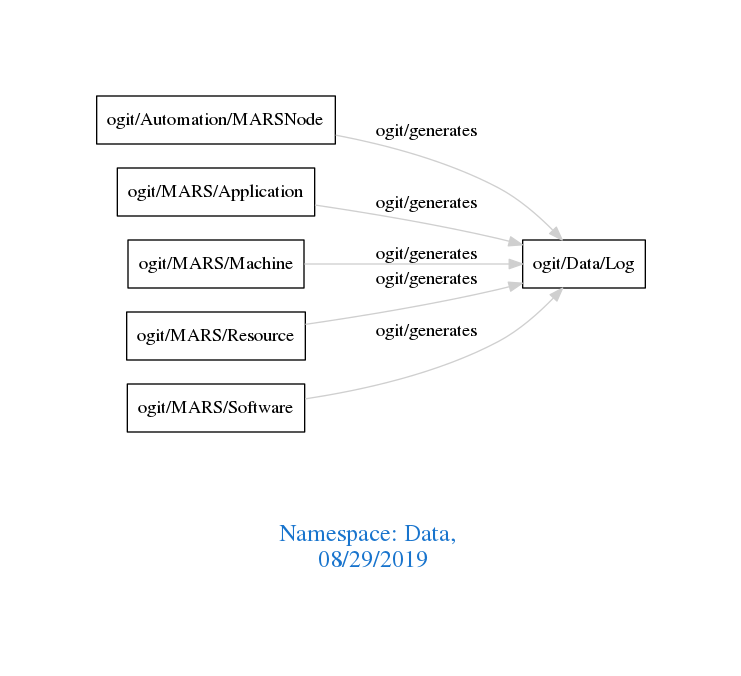
This is downloads/Data.png from arago/OGIT, a Graphviz export, as it was before one commit. Its source is kept beside it as downloads/Data.dot.
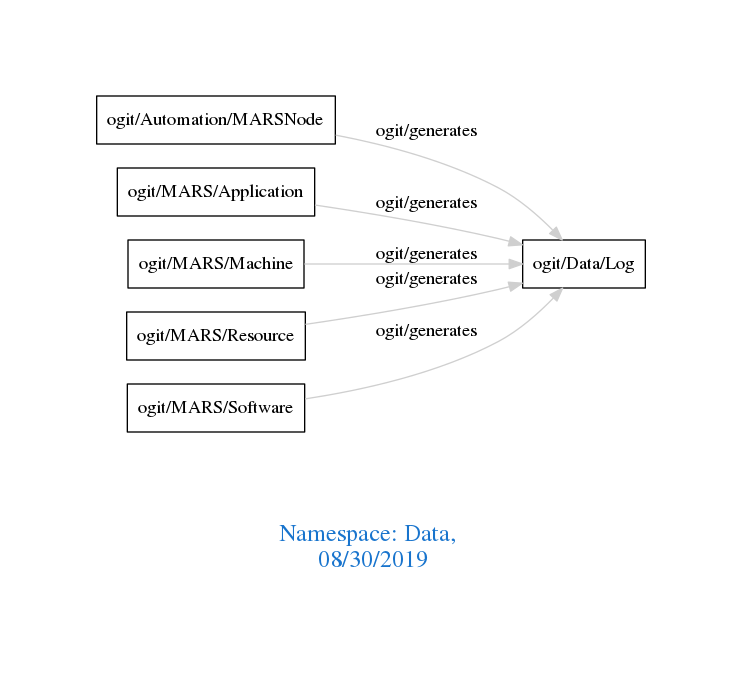
After the commit.

Change to the diagram source:
```diff
@@ -1,7 +1,7 @@
 digraph OGIT_ontology {
  graph [ rankdir= LR,pad=1
 fontsize = 18,
-fontcolor= dodgerblue3,label = "\n\n\nNamespace: Data, \n 08/29/2019"];
+fontcolor= dodgerblue3,label = "\n\n\nNamespace: Data, \n 08/30/2019"];
 node[shape=polygon];
 edge [  color="gray81"];
 
```
